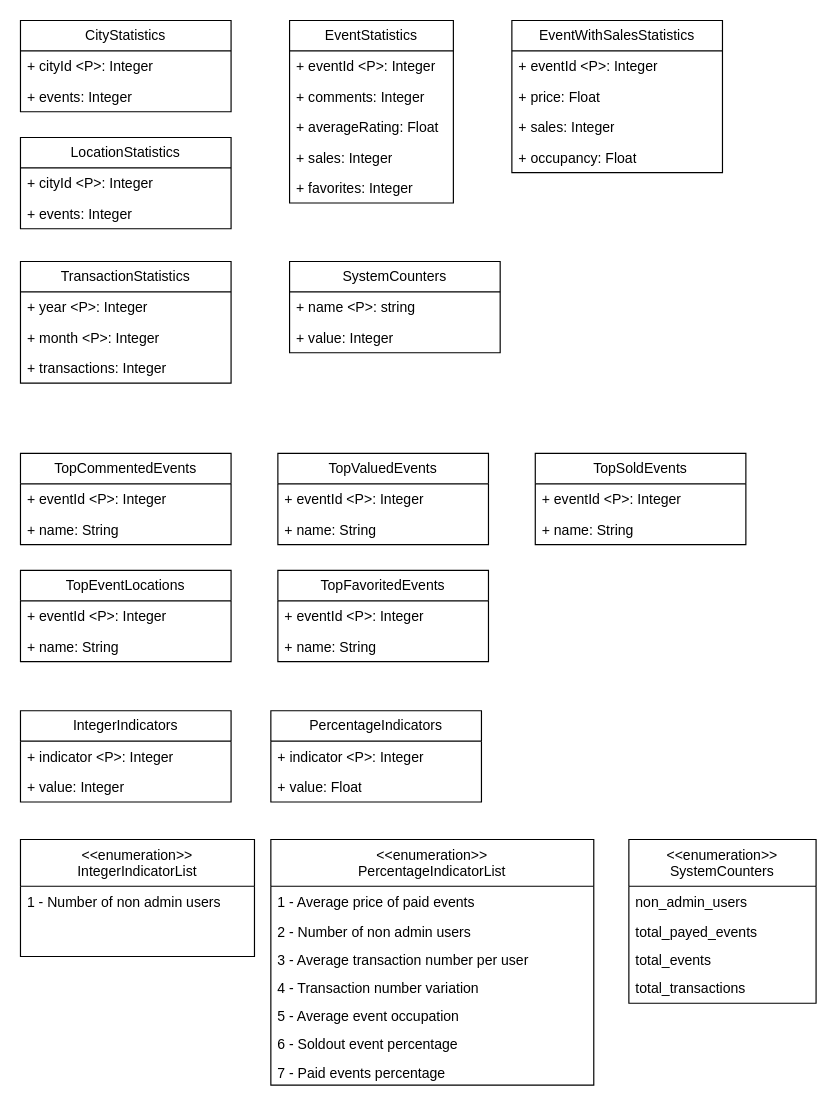
Above: diagrams/conceptual-diagram-statistics.drawio in danielpilot/event-database (draw.io), before the change. Source tidied: cells renumbered, new cells numbered last; positions are measured from the earlier drawing's top-left corner, leaving out a move shared by most shapes. Both pictures are drawn from the tidied source at 117%, with x=0, y=0 at pixel (20, 20).
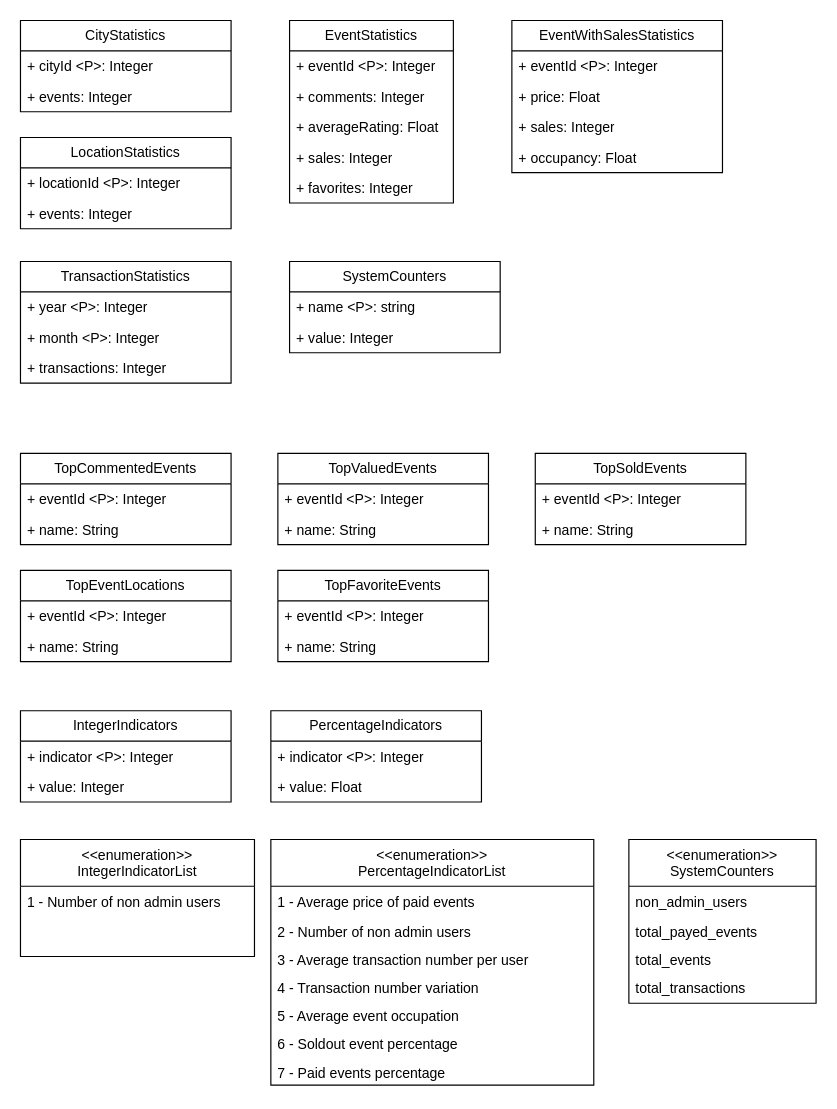
The same page after the edit.

Commit message:
Fix conceptual-diagram-statistics wrong values

The change refers to these unchanged cells:
```xml
<mxCell id="16" value="LocationStatistics" style="swimlane;fontStyle=0;horizontal=1;startSize=26;fillColor=none;whiteSpace=wrap;html=1;" parent="1" vertex="1">
  <mxGeometry y="100" width="180" height="78" as="geometry" />
</mxCell>
```

Change to the diagram source:
```diff
@@
-    <mxCell id="17" value="+ cityId &amp;lt;P&amp;gt;: Integer" style="text;strokeColor=none;fillColor=none;align=left;verticalAlign=top;spacingLeft=4;spacingRight=4;overflow=hidden;whiteSpace=wrap;html=1;" parent="16" vertex="1">
+    <mxCell id="17" value="+ locationId &amp;lt;P&amp;gt;: Integer" style="text;strokeColor=none;fillColor=none;align=left;verticalAlign=top;spacingLeft=4;spacingRight=4;overflow=hidden;whiteSpace=wrap;html=1;" parent="16" vertex="1">
       <mxGeometry y="26" width="180" height="26" as="geometry" />
     </mxCell>
@@
-    <mxCell id="38" value="TopFavoritedEvents" style="swimlane;fontStyle=0;horizontal=1;startSize=26;fillColor=none;whiteSpace=wrap;html=1;" parent="1" vertex="1">
+    <mxCell id="38" value="TopFavoriteEvents" style="swimlane;fontStyle=0;horizontal=1;startSize=26;fillColor=none;whiteSpace=wrap;html=1;" parent="1" vertex="1">
       <mxGeometry x="220" y="470" width="180" height="78" as="geometry" />
     </mxCell>
```
